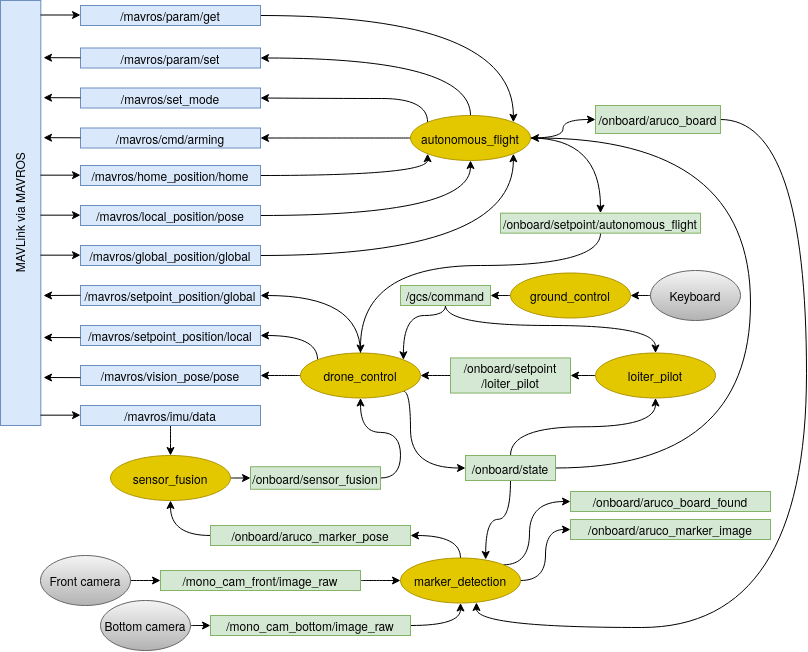
Above: master_report/Figures/node_communication.png in Kenil16/master_project (draw.io), before the change. Source tidied: cells renumbered, new cells last; positions are measured from the earlier drawing's top-left corner, leaving out a move shared by most shapes.
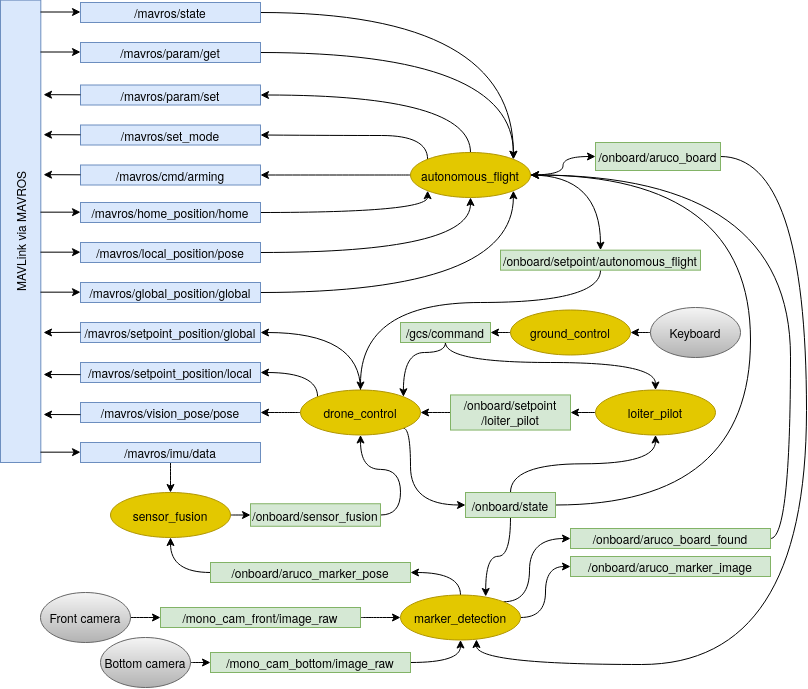
The same file after the commit.

What changed in the source:
```diff
@@ -26,6 +26,9 @@
     <mxCell id="9" value="/mono_cam_front/image_raw" style="rounded=0;whiteSpace=wrap;html=1;fillColor=#d5e8d4;strokeColor=#82b366;" parent="1" vertex="1">
       <mxGeometry x="352" y="565" width="200" height="20" as="geometry" />
     </mxCell>
+    <mxCell id="80" style="edgeStyle=orthogonalEdgeStyle;curved=1;rounded=0;jettySize=auto;html=1;exitX=1;exitY=0.5;exitDx=0;exitDy=0;entryX=1;entryY=0.5;entryDx=0;entryDy=0;" parent="1" edge="1" source="10" target="34">
+      <mxGeometry relative="1" as="geometry" />
+    </mxCell>
     <mxCell id="10" value="/onboard/aruco_board_found" style="rounded=0;whiteSpace=wrap;html=1;fillColor=#d5e8d4;strokeColor=#82b366;" parent="1" vertex="1">
       <mxGeometry x="762" y="486" width="200" height="20" as="geometry" />
     </mxCell>
@@ -91,7 +94,7 @@
       <mxGeometry x="842" y="265" width="90" height="50" as="geometry" />
     </mxCell>
     <mxCell id="28" value="MAVLink via MAVROS" style="rounded=0;whiteSpace=wrap;html=1;rotation=-90;fillColor=#dae8fc;strokeColor=#6c8ebf;" parent="1" vertex="1">
-      <mxGeometry x="-0.4" y="187.3" width="425" height="40.3" as="geometry" />
+      <mxGeometry x="-19" y="168.7" width="462.4" height="40.3" as="geometry" />
     </mxCell>
     <mxCell id="29" style="edgeStyle=orthogonalEdgeStyle;curved=1;rounded=0;jettySize=auto;html=1;exitX=0;exitY=0.5;exitDx=0;exitDy=0;entryX=1;entryY=0.5;entryDx=0;entryDy=0;startArrow=none;startFill=0;" parent="1" edge="1" source="34" target="56">
       <mxGeometry relative="1" as="geometry" />
@@ -318,5 +321,17 @@
     <mxCell id="79" value="/onboard/aruco_board" style="rounded=0;whiteSpace=wrap;html=1;fillColor=#d5e8d4;strokeColor=#82b366;" parent="1" vertex="1">
       <mxGeometry x="787" y="100" width="125" height="28" as="geometry" />
     </mxCell>
+    <mxCell id="81" style="edgeStyle=orthogonalEdgeStyle;curved=1;rounded=0;jettySize=auto;html=1;exitX=1;exitY=0.5;exitDx=0;exitDy=0;entryX=1;entryY=0;entryDx=0;entryDy=0;" parent="1" edge="1" source="82" target="34">
+      <mxGeometry relative="1" as="geometry" />
+    </mxCell>
+    <mxCell id="82" value="/mavros/state" style="rounded=0;whiteSpace=wrap;html=1;fillColor=#dae8fc;strokeColor=#6c8ebf;" parent="1" vertex="1">
+      <mxGeometry x="272" y="-40" width="180" height="20" as="geometry" />
+    </mxCell>
+    <mxCell id="83" style="endArrow=classic;html=1;entryX=0;entryY=0.5;entryDx=0;entryDy=0;" parent="1" edge="1">
+      <mxGeometry relative="1" as="geometry">
+        <mxPoint x="232" y="-30.5" as="sourcePoint" />
+        <mxPoint x="272" y="-30.5" as="targetPoint" />
+      </mxGeometry>
+    </mxCell>
   </root>
 </mxGraphModel>
```
